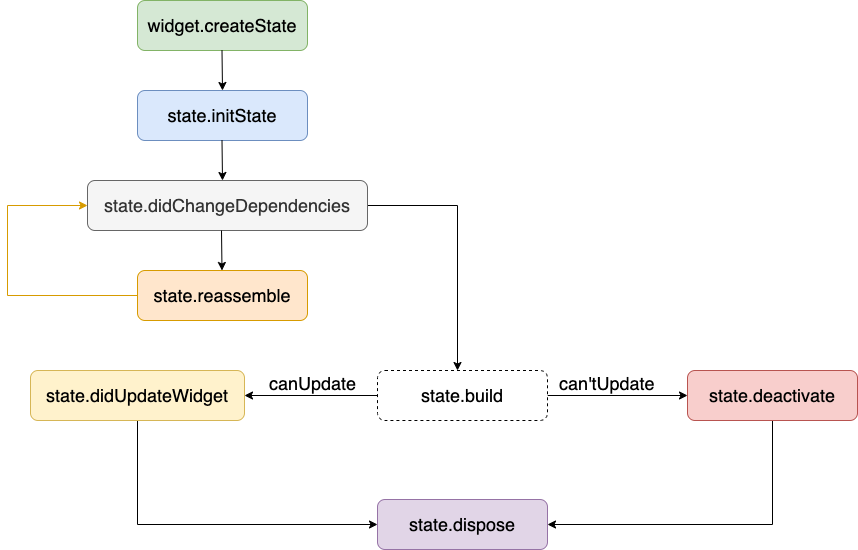
Before: images/state_cycle.png, a diagram exported from draw.io (jinjilynn/flutter_tour). Source tidied: cells renumbered, new cells last; positions are measured from the earlier drawing's top-left corner, leaving out a move shared by most shapes.
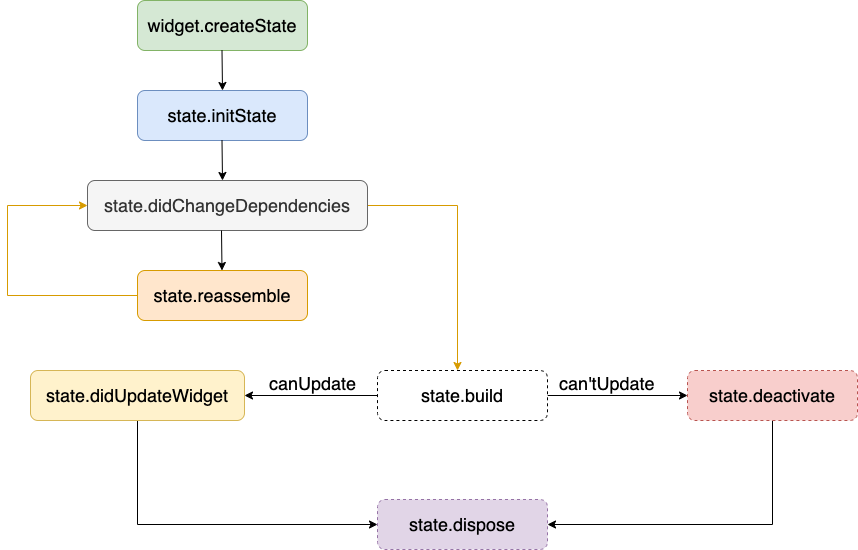
After the change.

Diff of the diagram source:
```diff
@@ -20,7 +20,7 @@
         <mxPoint x="215" y="180" as="targetPoint" />
       </mxGeometry>
     </mxCell>
-    <mxCell id="6" style="edgeStyle=orthogonalEdgeStyle;rounded=0;jettySize=auto;html=1;exitX=1;exitY=0.5;exitDx=0;exitDy=0;" parent="1" edge="1" source="7">
+    <mxCell id="6" style="edgeStyle=orthogonalEdgeStyle;rounded=0;jettySize=auto;html=1;exitX=1;exitY=0.5;exitDx=0;exitDy=0;fillColor=#ffe6cc;strokeColor=#d79b00;" parent="1" edge="1" source="7">
       <mxGeometry relative="1" as="geometry">
         <mxPoint x="450" y="370" as="targetPoint" />
       </mxGeometry>
@@ -71,10 +71,10 @@
     <mxCell id="18" style="edgeStyle=orthogonalEdgeStyle;rounded=0;jettySize=auto;html=1;exitX=0.5;exitY=1;exitDx=0;exitDy=0;entryX=1;entryY=0.5;entryDx=0;entryDy=0;" parent="1" edge="1" source="19" target="20">
       <mxGeometry relative="1" as="geometry" />
     </mxCell>
-    <mxCell id="19" value="&lt;span style=&quot;font-size: 18px&quot;&gt;state.deactivate&lt;/span&gt;" style="rounded=1;whiteSpace=wrap;html=1;fillColor=#f8cecc;strokeColor=#b85450;" parent="1" vertex="1">
+    <mxCell id="19" value="&lt;span style=&quot;font-size: 18px&quot;&gt;state.deactivate&lt;/span&gt;" style="rounded=1;whiteSpace=wrap;html=1;dashed=1;fillColor=#f8cecc;strokeColor=#b85450;" parent="1" vertex="1">
       <mxGeometry x="680" y="370" width="170" height="50" as="geometry" />
     </mxCell>
-    <mxCell id="20" value="&lt;span style=&quot;font-size: 18px&quot;&gt;state.dispose&lt;/span&gt;" style="rounded=1;whiteSpace=wrap;html=1;fillColor=#e1d5e7;strokeColor=#9673a6;" parent="1" vertex="1">
+    <mxCell id="20" value="&lt;span style=&quot;font-size: 18px&quot;&gt;state.dispose&lt;/span&gt;" style="rounded=1;whiteSpace=wrap;html=1;dashed=1;fillColor=#e1d5e7;strokeColor=#9673a6;" parent="1" vertex="1">
       <mxGeometry x="370" y="499" width="170" height="50" as="geometry" />
     </mxCell>
   </root>
```
